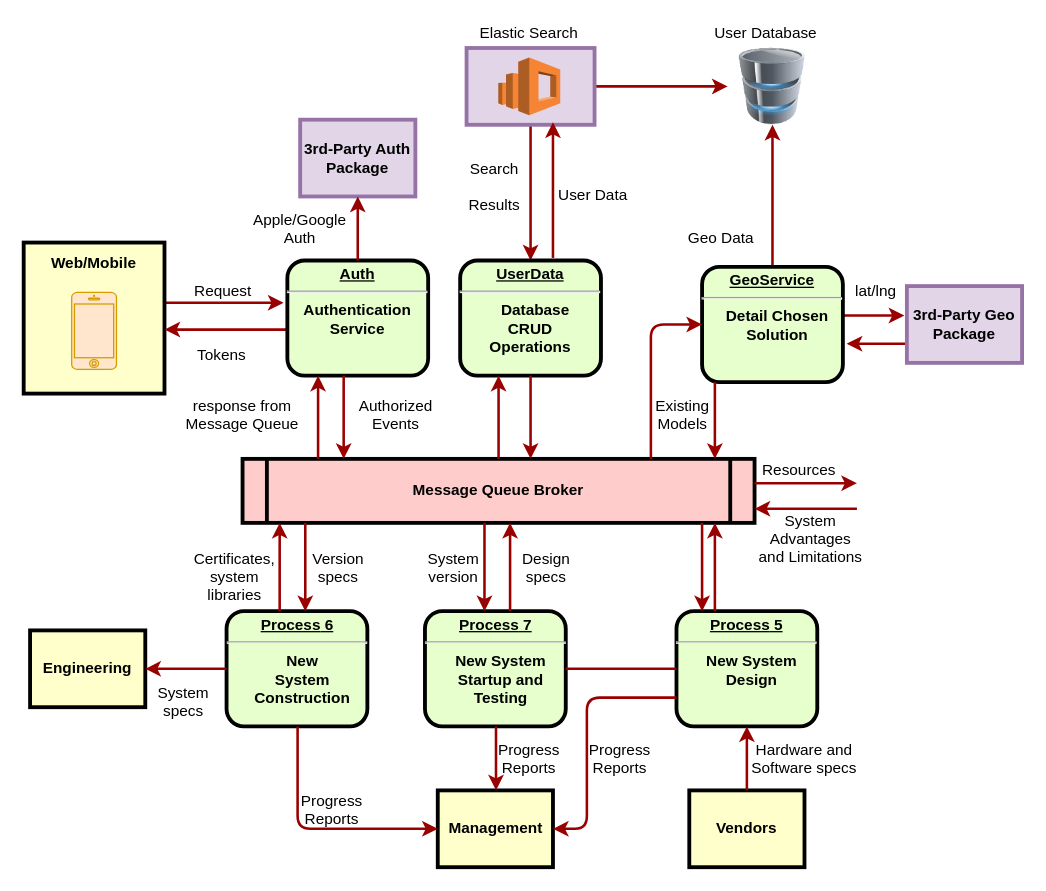
Above: forumsCalvin/Untitled Diagram.drawio in ChihHaoChen/diagrams (draw.io), before the change. Source tidied: cells renumbered, new cells numbered last; positions are measured from the earlier drawing's top-left corner, leaving out a move shared by most shapes. Both pictures are drawn from the tidied source at 128%, with x=0, y=0 at pixel (23, 22).
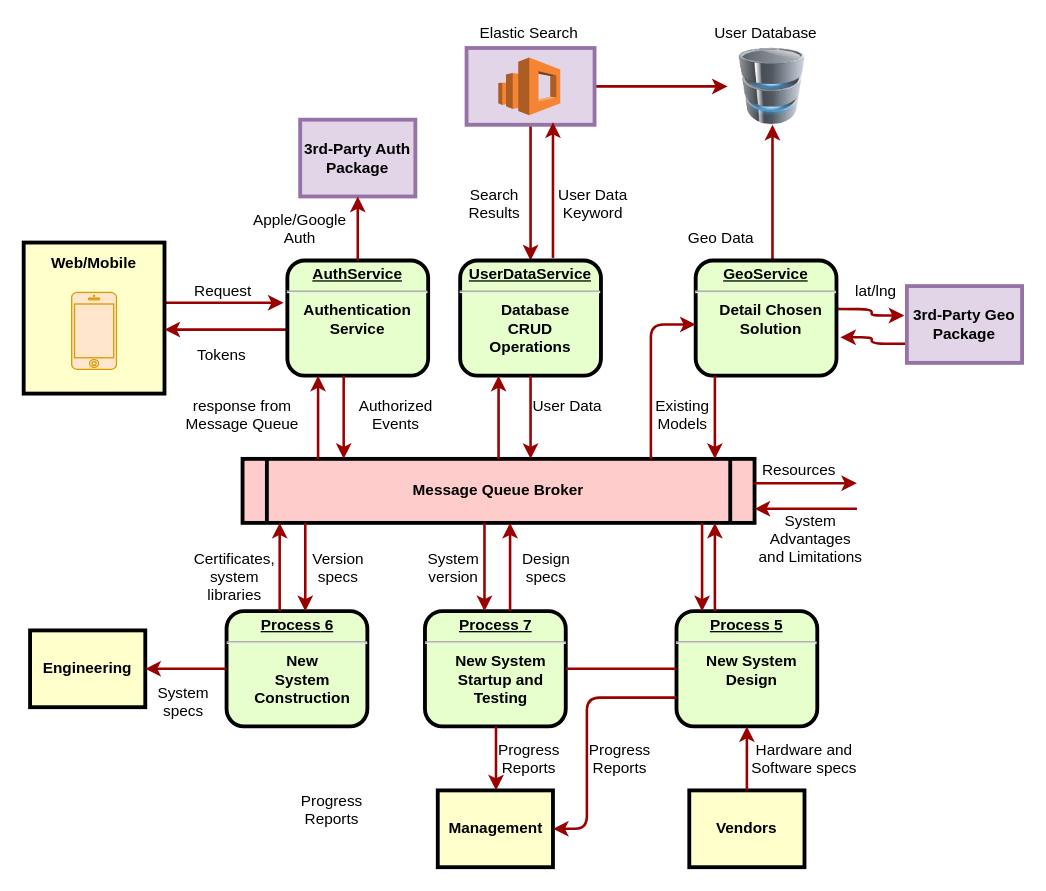
Above is the later version.

Unchanged cells that the change refers to:
```xml
<mxCell id="16" value="&lt;p style=&quot;margin: 0px; margin-top: 4px; text-align: center; text-decoration: underline;&quot;&gt;&lt;strong&gt;&lt;strong&gt;Process&lt;/strong&gt; 6&lt;br /&gt;&lt;/strong&gt;&lt;/p&gt;&lt;hr /&gt;&lt;p style=&quot;margin: 0px; margin-left: 8px;&quot;&gt;New&lt;/p&gt;&lt;p style=&quot;margin: 0px; margin-left: 8px;&quot;&gt;System&lt;/p&gt;&lt;p style=&quot;margin: 0px; margin-left: 8px;&quot;&gt;Construction&lt;/p&gt;" style="verticalAlign=middle;align=center;overflow=fill;fontSize=12;fontFamily=Helvetica;html=1;rounded=1;fontStyle=1;strokeWidth=3;fillColor=#E6FFCC;" parent="1" vertex="1">
  <mxGeometry x="158.5" y="460" width="110" height="90" as="geometry" />
</mxCell>
<mxCell id="17" value="Management" style="whiteSpace=wrap;align=center;verticalAlign=middle;fontStyle=1;strokeWidth=3;fillColor=#FFFFCC;" parent="1" vertex="1">
  <mxGeometry x="323.5" y="600" width="90" height="60" as="geometry" />
</mxCell>
<mxCell id="69" style="image;html=1;image=img/lib/clip_art/computers/Database_128x128.png;" parent="1" vertex="1">
  <mxGeometry x="550" y="20" width="70" height="60" as="geometry" />
</mxCell>
```

Change to the diagram source:
```diff
@@
-    <mxCell id="8" value="&lt;p style=&quot;margin: 0px ; margin-top: 4px ; text-align: center ; text-decoration: underline&quot;&gt;&lt;strong&gt;Auth&lt;br&gt;&lt;/strong&gt;&lt;/p&gt;&lt;hr&gt;&lt;div&gt;Authentication&lt;/div&gt;&lt;div&gt;Service&lt;br&gt;&lt;/div&gt;" style="verticalAlign=middle;align=center;overflow=fill;fontSize=12;fontFamily=Helvetica;html=1;rounded=1;fontStyle=1;strokeWidth=3;fillColor=#E6FFCC;" parent="1" vertex="1">
+    <mxCell id="8" value="&lt;p style=&quot;margin: 0px ; margin-top: 4px ; text-align: center ; text-decoration: underline&quot;&gt;&lt;strong&gt;AuthService&lt;br&gt;&lt;/strong&gt;&lt;/p&gt;&lt;hr&gt;&lt;div&gt;Authentication&lt;/div&gt;&lt;div&gt;Service&lt;br&gt;&lt;/div&gt;" style="verticalAlign=middle;align=center;overflow=fill;fontSize=12;fontFamily=Helvetica;html=1;rounded=1;fontStyle=1;strokeWidth=3;fillColor=#E6FFCC;" parent="1" vertex="1">
       <mxGeometry x="206" y="186" width="110" height="90" as="geometry" />
     </mxCell>
@@
-    <mxCell id="11" value="&lt;p style=&quot;margin: 0px ; margin-top: 4px ; text-align: center ; text-decoration: underline&quot;&gt;&lt;strong&gt;UserData&lt;br&gt;&lt;/strong&gt;&lt;/p&gt;&lt;hr&gt;&lt;p style=&quot;margin: 0px ; margin-left: 8px&quot;&gt;Database &lt;br&gt;&lt;/p&gt;&lt;div&gt;CRUD&lt;/div&gt;&lt;div&gt;Operations&lt;br&gt;&lt;/div&gt;" style="verticalAlign=middle;align=center;overflow=fill;fontSize=12;fontFamily=Helvetica;html=1;rounded=1;fontStyle=1;strokeWidth=3;fillColor=#E6FFCC;" parent="1" vertex="1">
+    <mxCell id="11" value="&lt;p style=&quot;margin: 0px ; margin-top: 4px ; text-align: center ; text-decoration: underline&quot;&gt;&lt;strong&gt;UserDataService&lt;br&gt;&lt;/strong&gt;&lt;/p&gt;&lt;hr&gt;&lt;p style=&quot;margin: 0px ; margin-left: 8px&quot;&gt;Database &lt;br&gt;&lt;/p&gt;&lt;div&gt;CRUD&lt;/div&gt;&lt;div&gt;Operations&lt;br&gt;&lt;/div&gt;" style="verticalAlign=middle;align=center;overflow=fill;fontSize=12;fontFamily=Helvetica;html=1;rounded=1;fontStyle=1;strokeWidth=3;fillColor=#E6FFCC;" parent="1" vertex="1">
       <mxGeometry x="341" y="186" width="110" height="90" as="geometry" />
     </mxCell>
@@
     <mxCell id="13" style="edgeStyle=orthogonalEdgeStyle;rounded=1;jettySize=auto;html=1;strokeColor=#990000;strokeWidth=2;" parent="1" edge="1" source="14" target="69">
-      <mxGeometry relative="1" as="geometry" />
+      <mxGeometry relative="1" as="geometry">
+        <Array as="points">
+          <mxPoint x="585" y="150" />
+          <mxPoint x="585" y="150" />
+        </Array>
+      </mxGeometry>
     </mxCell>
     <mxCell id="14" value="&lt;p style=&quot;margin: 0px ; margin-top: 4px ; text-align: center ; text-decoration: underline&quot;&gt;&lt;strong&gt;&lt;strong&gt;GeoService&lt;/strong&gt;&lt;br&gt;&lt;/strong&gt;&lt;/p&gt;&lt;hr&gt;&lt;p style=&quot;margin: 0px ; margin-left: 8px&quot;&gt;Detail Chosen&lt;/p&gt;&lt;p style=&quot;margin: 0px ; margin-left: 8px&quot;&gt;Solution&lt;/p&gt;" style="verticalAlign=middle;align=center;overflow=fill;fontSize=12;fontFamily=Helvetica;html=1;rounded=1;fontStyle=1;strokeWidth=3;fillColor=#E6FFCC;" parent="1" vertex="1">
-      <mxGeometry x="530" y="191" width="110" height="90" as="geometry" />
+      <mxGeometry x="525" y="186" width="110" height="90" as="geometry" />
     </mxCell>
@@
-    <mxCell id="30" value="User Data" style="text;spacingTop=-5;align=center;" parent="1" vertex="1">
+    <mxCell id="30" value="User Data&#10;Keyword&#10;" style="text;spacingTop=-5;align=center;" parent="1" vertex="1">
       <mxGeometry x="430" y="126" width="30" height="20" as="geometry" />
     </mxCell>
@@
-    <mxCell id="47" style="edgeStyle=elbowEdgeStyle;elbow=horizontal;strokeColor=#990000;strokeWidth=2;" parent="1" edge="1" source="16" target="17">
-      <mxGeometry relative="1" as="geometry">
-        <Array as="points">
-          <mxPoint x="214" y="580" />
-        </Array>
-      </mxGeometry>
-    </mxCell>
@@
-    <mxCell id="68" value="Search &#10;&#10;Results" style="text;spacingTop=-5;align=center;" parent="1" vertex="1">
-      <mxGeometry x="353" y="106" width="30" height="20" as="geometry" />
+    <mxCell id="68" value="Search &#10;Results" style="text;spacingTop=-5;align=center;" parent="1" vertex="1">
+      <mxGeometry x="353" y="126" width="30" height="20" as="geometry" />
     </mxCell>
@@
+    <mxCell id="71" value="User Data" style="text;spacingTop=-5;align=center;" parent="1" vertex="1">
+      <mxGeometry x="410" y="291" width="30" height="20" as="geometry" />
+    </mxCell>
```
